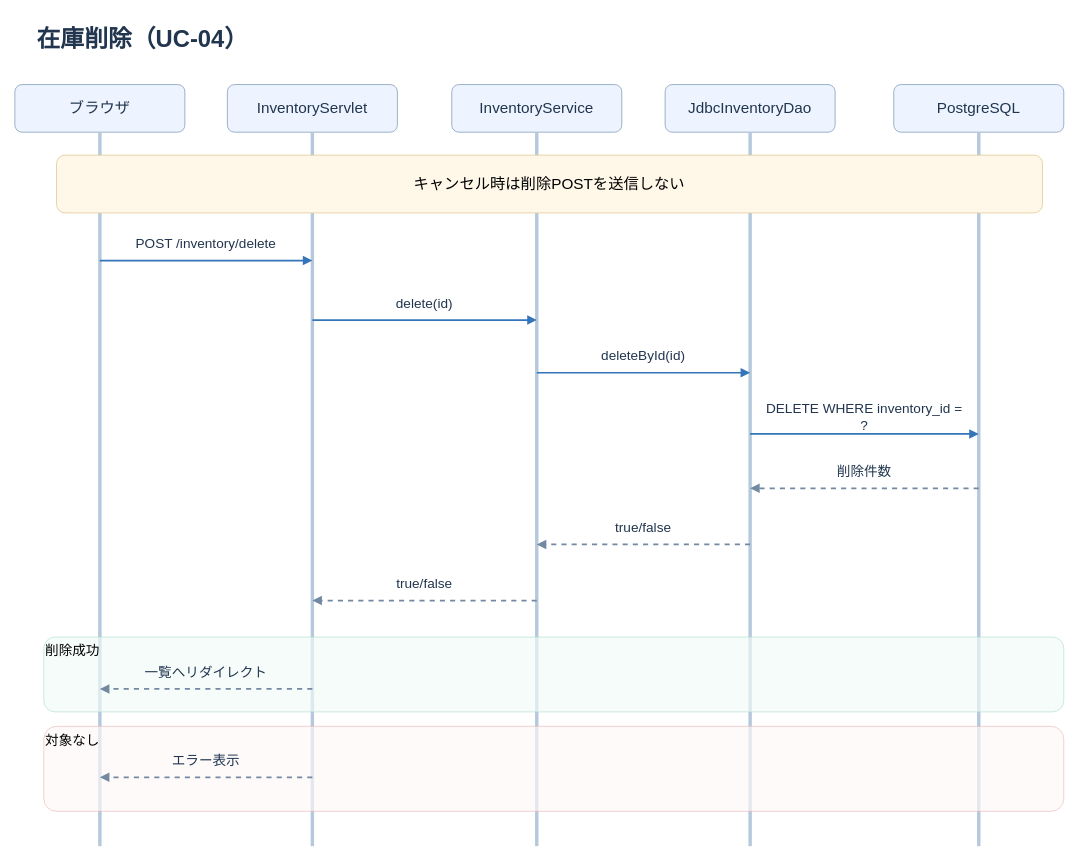
Before: docs/internal-design/diagrams/sequence-delete.drawio in polyfortrain/inventory-app, a draw.io diagram. Source tidied: cells renumbered, new cells numbered last; positions are measured from the earlier drawing's top-left corner, leaving out a move shared by most shapes. Both pictures are drawn from the tidied source at 85%, with x=0, y=0 at pixel (14, 14).
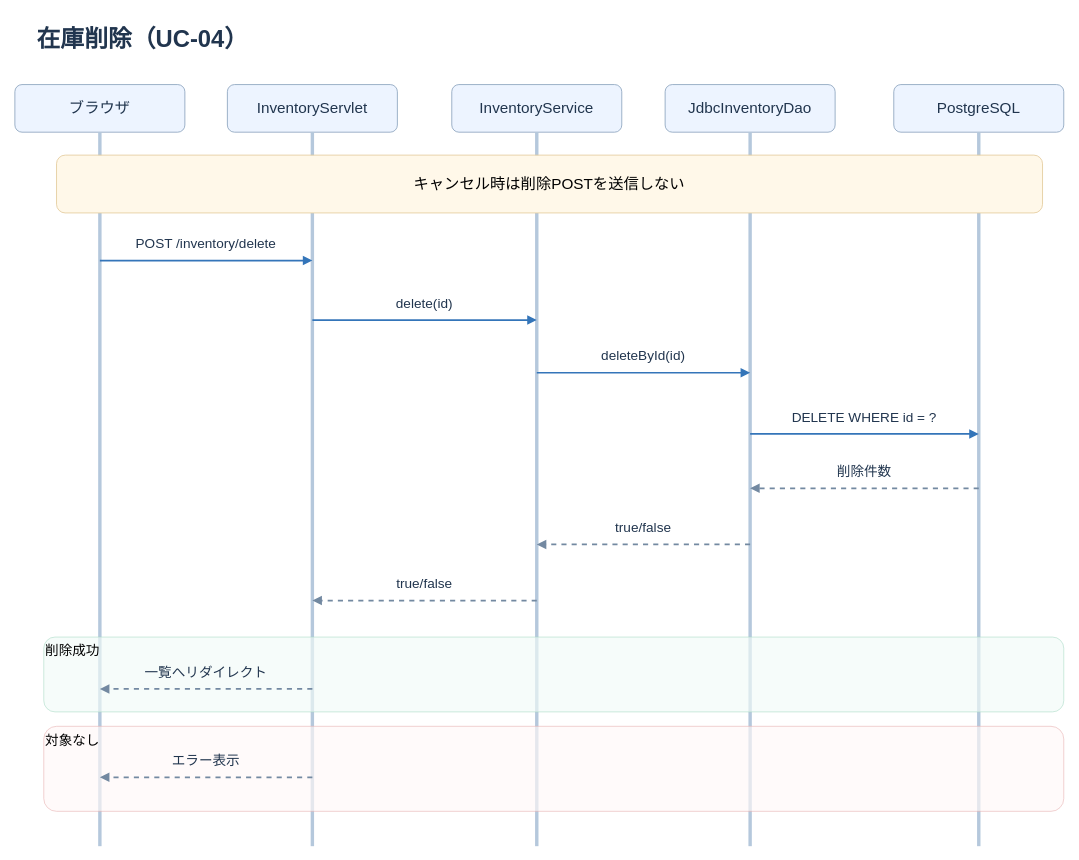
The same page after the edit.

Diff of the diagram source:
```diff
@@
-    <mxCell id="22" value="DELETE WHERE inventory_id = ?" style="rounded=0;whiteSpace=wrap;html=1;fillColor=none;strokeColor=none;fontSize=16;fontColor=#21354e;align=center;" parent="1" vertex="1">
+    <mxCell id="22" value="DELETE WHERE id = ?" style="rounded=0;whiteSpace=wrap;html=1;fillColor=none;strokeColor=none;fontSize=16;fontColor=#21354e;align=center;" parent="1" vertex="1">
       <mxGeometry x="880" y="459" width="239" height="27" as="geometry" />
     </mxCell>
```
